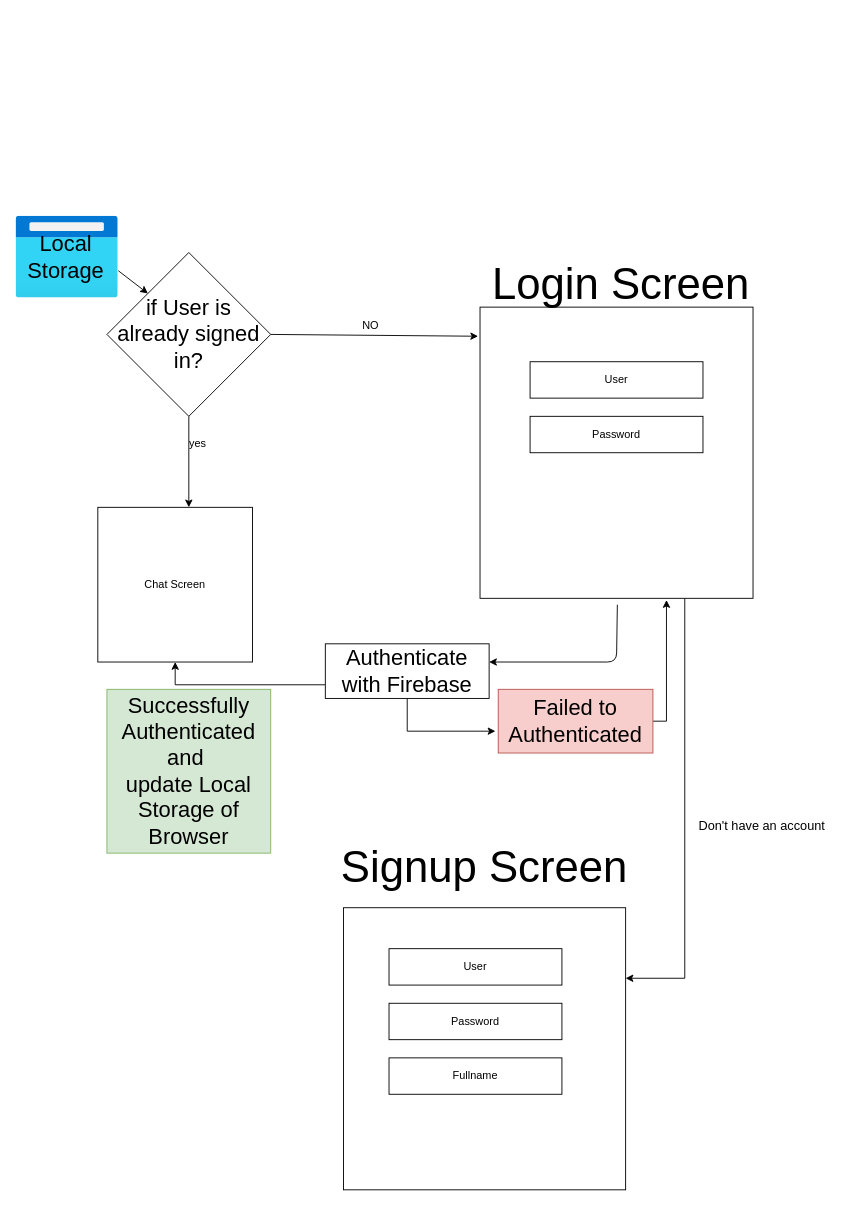
The draw.io diagram page "Page-5" (5 of 5) of Some Important Files/Untitled Diagram.drawio in TechCodingCamp/Muhammad-Haris, before the edit. Source tidied: cells renumbered, new cells numbered last; positions are measured from the earlier drawing's top-left corner, leaving out a move shared by most shapes. Both pictures are drawn from the tidied source at 91%, with x=0, y=0 at pixel (15, 216).
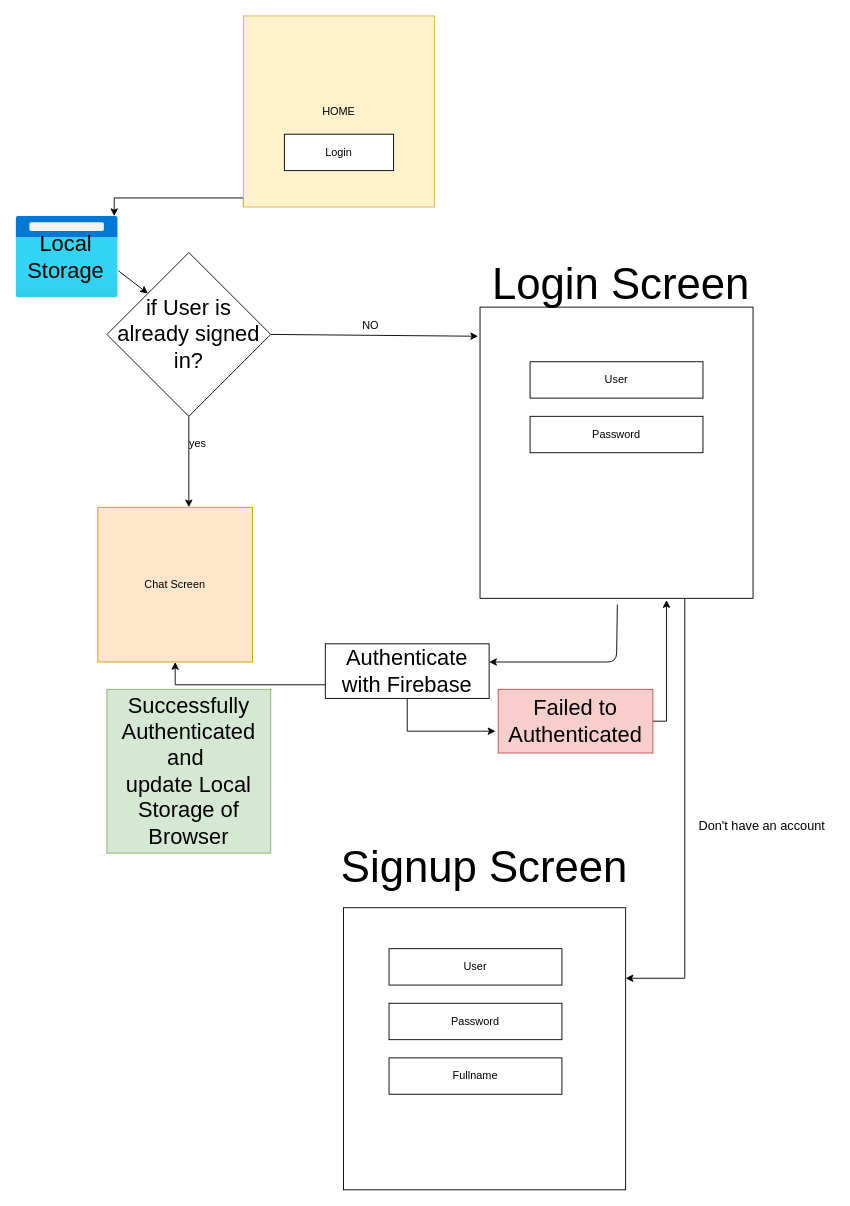
Above is the later version.

Commit message:
Chat Application

Diff of the diagram source:
```diff
@@
-    <mxCell id="15" value="Chat Screen" style="whiteSpace=wrap;html=1;" parent="1" vertex="1">
+    <mxCell id="15" value="Chat Screen" style="whiteSpace=wrap;html=1;fillColor=#ffe6cc;strokeColor=#d79b00;" parent="1" vertex="1">
       <mxGeometry x="90" y="320" width="170" height="170" as="geometry" />
     </mxCell>
@@
+    <mxCell id="29" style="edgeStyle=orthogonalEdgeStyle;rounded=0;jettySize=auto;html=1;exitX=0;exitY=1;exitDx=0;exitDy=0;" parent="1" edge="1" source="30">
+      <mxGeometry relative="1" as="geometry">
+        <mxPoint x="108" as="targetPoint" />
+        <Array as="points">
+          <mxPoint x="250" y="-20" />
+          <mxPoint x="108" y="-20" />
+        </Array>
+      </mxGeometry>
+    </mxCell>
+    <mxCell id="30" value="HOME" style="whiteSpace=wrap;html=1;fillColor=#fff2cc;strokeColor=#d6b656;" parent="1" vertex="1">
+      <mxGeometry x="250" y="-220" width="210" height="210" as="geometry" />
+    </mxCell>
+    <mxCell id="31" value="Login" style="rounded=0;whiteSpace=wrap;html=1;" parent="1" vertex="1">
+      <mxGeometry x="295" y="-90" width="120" height="40" as="geometry" />
+    </mxCell>
```
